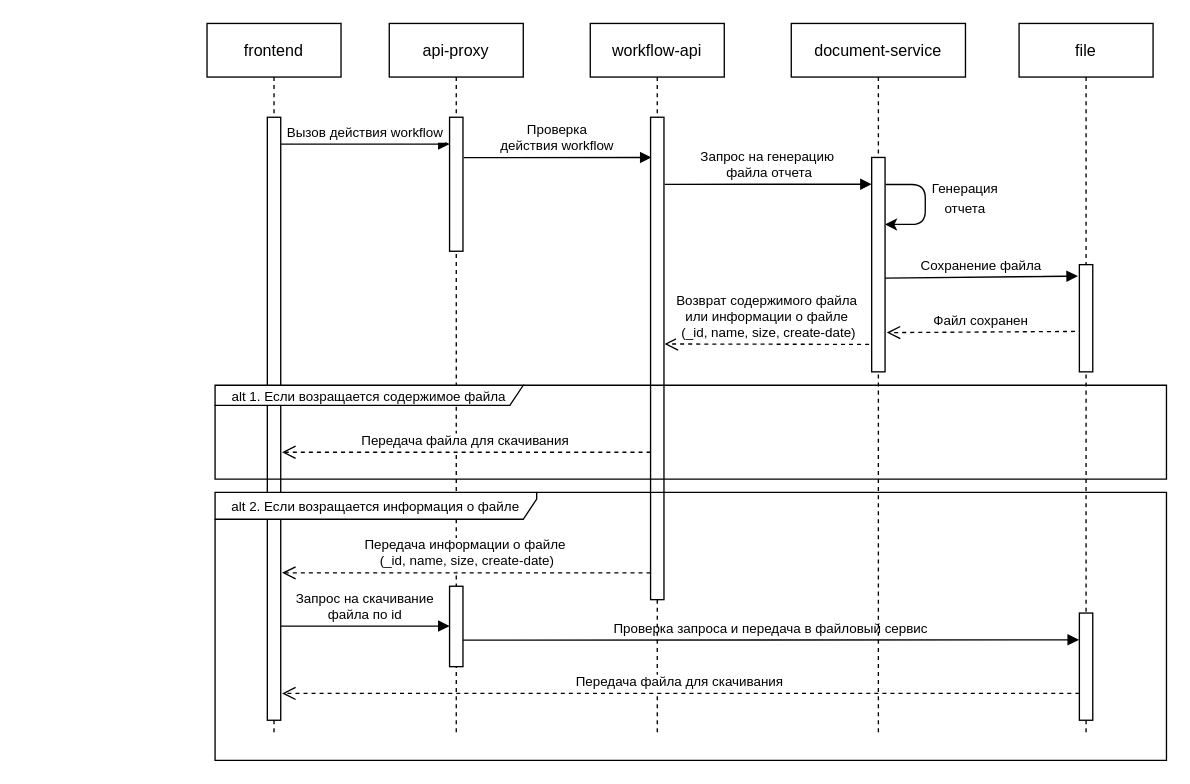
Before: document-service/syncExport.drawio in effective-group/docs-drawio, a draw.io diagram. Source tidied: cells renumbered, new cells numbered last; positions are measured from the earlier drawing's top-left corner, leaving out a move shared by most shapes. Both pictures are drawn from the tidied source at 134%, with x=0, y=0 at pixel (206, 23).
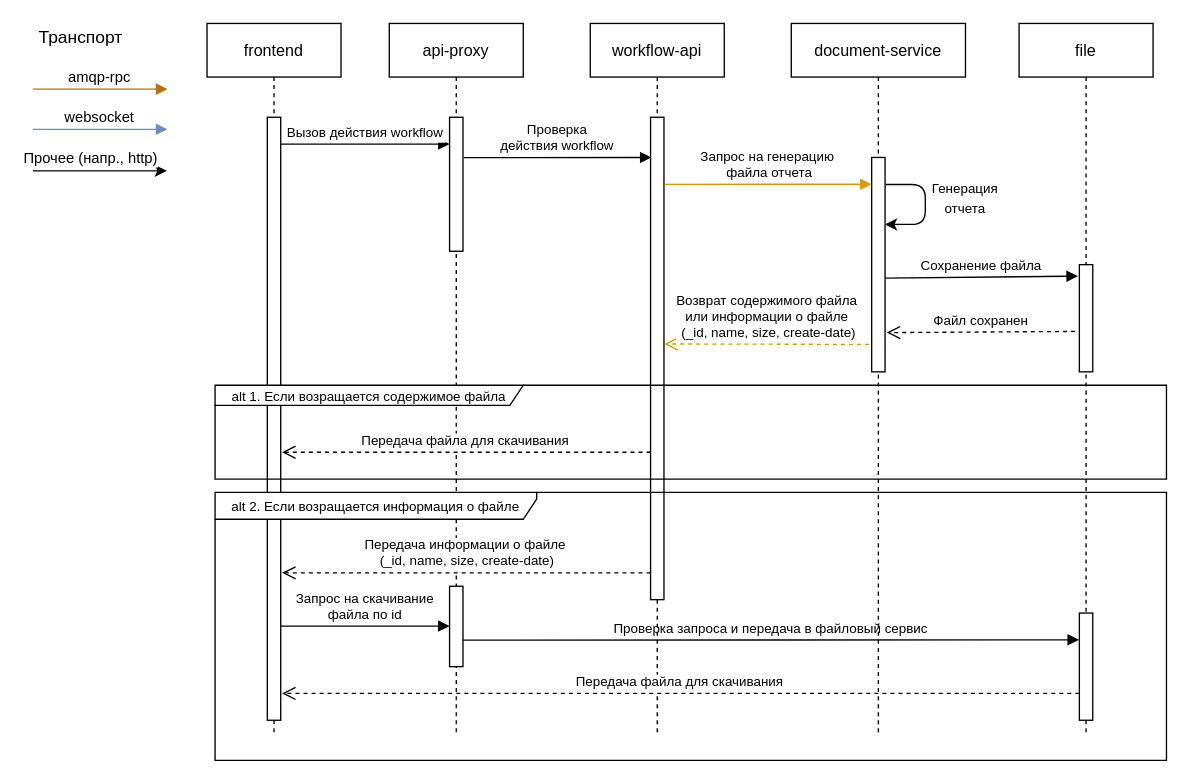
The same diagram, later.

Unchanged cells that the change refers to:
```xml
<mxCell id="10" style="points=[];perimeter=orthogonalPerimeter;rounded=0;shadow=0;strokeWidth=1;" parent="9" vertex="1">
  <mxGeometry x="45" y="70" width="10" height="360" as="geometry" />
</mxCell>
<mxCell id="13" style="points=[];perimeter=orthogonalPerimeter;rounded=0;shadow=0;strokeWidth=1;" parent="12" vertex="1">
  <mxGeometry x="60" y="100" width="10" height="160" as="geometry" />
</mxCell>
```

Change to the diagram source:
```diff
@@
-    <mxCell id="20" value="Запрос на генерацию&#10; файла отчета" style="verticalAlign=bottom;endArrow=block;shadow=0;strokeWidth=1;fontSize=10;exitX=1.056;exitY=0.139;exitDx=0;exitDy=0;exitPerimeter=0;" parent="1" edge="1" source="10">
+    <mxCell id="20" value="Запрос на генерацию&#10; файла отчета" style="verticalAlign=bottom;endArrow=block;shadow=0;strokeWidth=1;fontSize=10;exitX=1.056;exitY=0.139;exitDx=0;exitDy=0;exitPerimeter=0;fillColor=#ffe6cc;strokeColor=#d79b00;" parent="1" edge="1" source="10">
       <mxGeometry relative="1" as="geometry">
         <mxPoint x="496" y="120" as="targetPoint" />
       </mxGeometry>
     </mxCell>
@@
-    <mxCell id="23" value="Возврат содержимого файла &#10;или информации о файле&#10; (_id, name, size, create-date)" style="verticalAlign=bottom;endArrow=open;dashed=1;endSize=8;shadow=0;strokeWidth=1;fontSize=10;exitX=-0.191;exitY=0.872;exitDx=0;exitDy=0;exitPerimeter=0;entryX=1.044;entryY=0.47;entryDx=0;entryDy=0;entryPerimeter=0;" parent="1" edge="1" source="13" target="10">
+    <mxCell id="23" value="Возврат содержимого файла &#10;или информации о файле&#10; (_id, name, size, create-date)" style="verticalAlign=bottom;endArrow=open;dashed=1;endSize=8;shadow=0;strokeWidth=1;fontSize=10;exitX=-0.191;exitY=0.872;exitDx=0;exitDy=0;exitPerimeter=0;entryX=1.044;entryY=0.47;entryDx=0;entryDy=0;entryPerimeter=0;fillColor=#ffe6cc;strokeColor=#d79b00;" parent="1" edge="1" source="13" target="10">
       <mxGeometry relative="1" as="geometry" />
     </mxCell>
@@
+    <mxCell id="29" value="amqp-rpc" style="verticalAlign=bottom;endArrow=block;shadow=0;strokeWidth=1;fontSize=11;entryX=-0.033;entryY=0.001;entryDx=0;entryDy=0;entryPerimeter=0;fillColor=#f0a30a;strokeColor=#BD7000;" parent="1" edge="1">
+      <mxGeometry relative="1" as="geometry">
+        <mxPoint x="-130" y="49" as="sourcePoint" />
+        <mxPoint x="-29.6" y="49" as="targetPoint" />
+      </mxGeometry>
+    </mxCell>
+    <mxCell id="30" value="websocket" style="verticalAlign=bottom;endArrow=block;shadow=0;strokeWidth=1;fontSize=11;entryX=-0.033;entryY=0.001;entryDx=0;entryDy=0;entryPerimeter=0;fillColor=#dae8fc;strokeColor=#6c8ebf;" parent="1" edge="1">
+      <mxGeometry relative="1" as="geometry">
+        <mxPoint x="-130" y="79" as="sourcePoint" />
+        <mxPoint x="-29.6" y="79" as="targetPoint" />
+      </mxGeometry>
+    </mxCell>
+    <mxCell id="31" value="Транспорт" style="text;html=1;strokeColor=none;fillColor=none;align=center;verticalAlign=middle;whiteSpace=wrap;rounded=0;fontSize=13;" parent="1" vertex="1">
+      <mxGeometry x="-114" width="40" height="20" as="geometry" />
+    </mxCell>
+    <mxCell id="32" style="endArrow=classic;html=1;rounded=0;" parent="1" edge="1">
+      <mxGeometry relative="1" as="geometry">
+        <mxPoint x="-130" y="110" as="sourcePoint" />
+        <mxPoint x="-30" y="110" as="targetPoint" />
+      </mxGeometry>
+    </mxCell>
+    <mxCell id="33" value="Прочее (напр., http)" style="edgeLabel;html=1;align=center;verticalAlign=middle;" parent="32" vertex="1">
+      <mxGeometry x="-0.16" y="2" relative="1" as="geometry">
+        <mxPoint y="-8" as="offset" />
+      </mxGeometry>
+    </mxCell>
```
